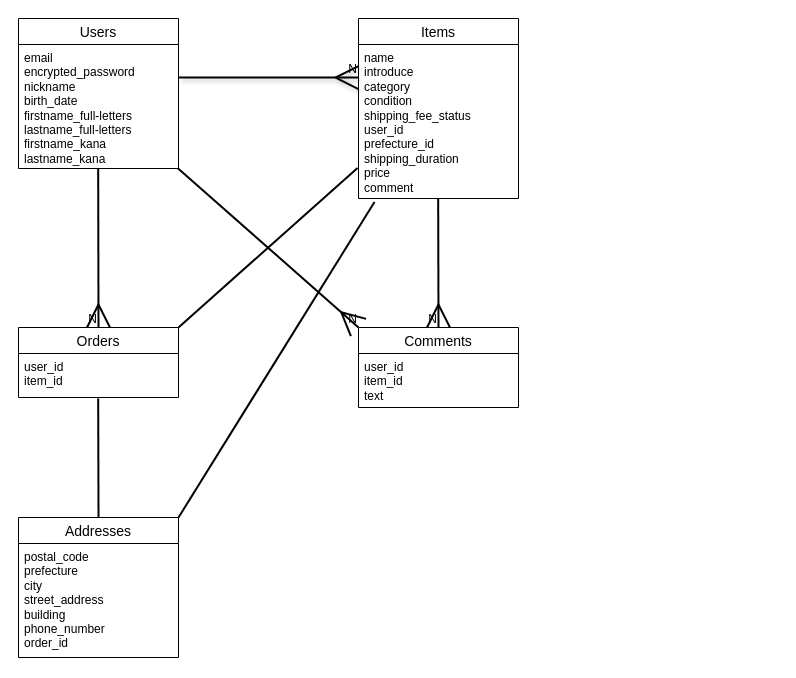
The draw.io diagram ER図.dio in d-shiba-inu/furima-47222, before the edit. Source tidied: cells renumbered, new cells numbered last; positions are measured from the earlier drawing's top-left corner, leaving out a move shared by most shapes. Both pictures are drawn from the tidied source at 100%, with x=0, y=0 at pixel (18, 18).
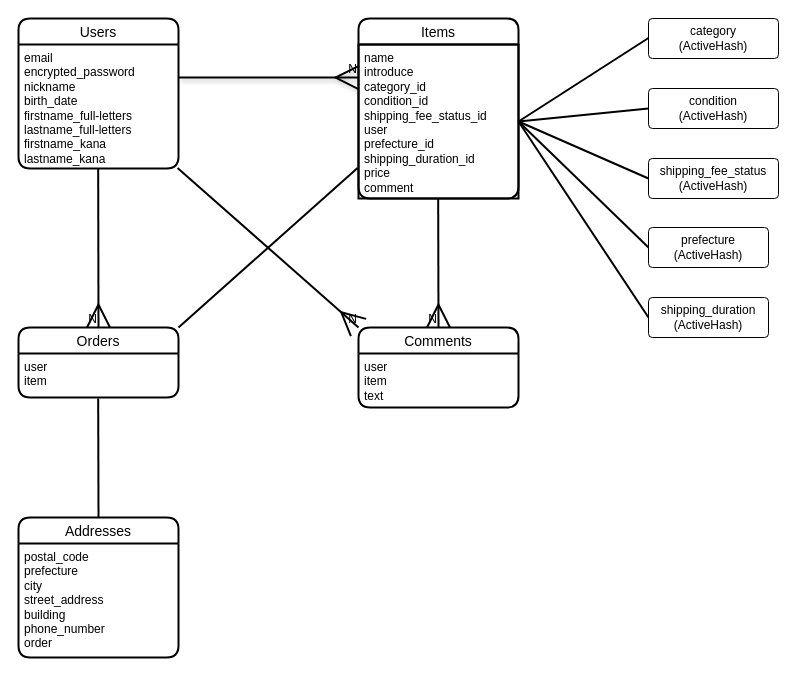
The same diagram, later.

Commit message (it also covers changes not shown here):
ER図とREADMEの作成（修正1回目）

Diff of the diagram source:
```diff
@@
-    <mxCell id="2" value="Users" style="swimlane;fontStyle=0;horizontal=1;startSize=26;align=center;fontSize=14;" parent="1" vertex="1">
+    <mxCell id="2" value="Users" style="swimlane;fontStyle=0;horizontal=1;startSize=26;align=center;fontSize=14;strokeWidth=2;perimeterSpacing=0;rounded=1;" parent="1" vertex="1">
       <mxGeometry width="160" height="150" as="geometry" />
     </mxCell>
@@
-    <mxCell id="4" value="Items" style="swimlane;fontStyle=0;horizontal=1;startSize=26;align=center;fontSize=14;verticalAlign=middle;" parent="1" vertex="1">
+    <mxCell id="4" value="Items" style="swimlane;fontStyle=0;horizontal=1;startSize=26;align=center;fontSize=14;verticalAlign=middle;strokeWidth=2;rounded=1;" parent="1" vertex="1">
       <mxGeometry x="340" width="160" height="180" as="geometry" />
     </mxCell>
-    <mxCell id="5" value="name&lt;div&gt;introduce&lt;/div&gt;&lt;div&gt;category&lt;/div&gt;&lt;div&gt;condition&lt;/div&gt;&lt;div&gt;shipping_fee_status&lt;/div&gt;&lt;div&gt;user_id&lt;/div&gt;&lt;div&gt;prefecture_id&lt;/div&gt;&lt;div&gt;shipping_duration&lt;/div&gt;&lt;div&gt;price&lt;/div&gt;&lt;div&gt;comment&lt;/div&gt;" style="text;strokeColor=none;fillColor=none;spacingLeft=4;spacingRight=4;overflow=hidden;points=[[0,0.5],[1,0.5]];portConstraint=eastwest;fontSize=12;whiteSpace=wrap;html=1;" parent="4" vertex="1">
+    <mxCell id="5" value="name&lt;div&gt;introduce&lt;/div&gt;&lt;div&gt;category_id&lt;/div&gt;&lt;div&gt;condition_id&lt;/div&gt;&lt;div&gt;shipping_fee_status_id&lt;/div&gt;&lt;div&gt;user&lt;/div&gt;&lt;div&gt;prefecture_id&lt;/div&gt;&lt;div&gt;shipping_duration_id&lt;/div&gt;&lt;div&gt;price&lt;/div&gt;&lt;div&gt;comment&lt;/div&gt;" style="text;strokeColor=default;fillColor=none;spacingLeft=4;spacingRight=4;overflow=hidden;points=[[0,0.5],[1,0.5]];portConstraint=eastwest;fontSize=12;whiteSpace=wrap;html=1;strokeWidth=2;rounded=0;" parent="4" vertex="1">
       <mxGeometry y="26" width="160" height="154" as="geometry" />
     </mxCell>
-    <mxCell id="6" value="Orders" style="swimlane;fontStyle=0;horizontal=1;startSize=26;align=center;fontSize=14;" parent="1" vertex="1">
+    <mxCell id="6" value="Orders" style="swimlane;fontStyle=0;horizontal=1;startSize=26;align=center;fontSize=14;strokeWidth=2;rounded=1;" parent="1" vertex="1">
       <mxGeometry y="309" width="160" height="70" as="geometry" />
     </mxCell>
-    <mxCell id="7" value="user_id&lt;div&gt;item_id&lt;/div&gt;" style="text;strokeColor=none;fillColor=none;spacingLeft=4;spacingRight=4;overflow=hidden;points=[[0,0.5],[1,0.5]];portConstraint=eastwest;fontSize=12;whiteSpace=wrap;html=1;" parent="6" vertex="1">
+    <mxCell id="7" value="user&lt;div&gt;item&lt;/div&gt;" style="text;strokeColor=none;fillColor=none;spacingLeft=4;spacingRight=4;overflow=hidden;points=[[0,0.5],[1,0.5]];portConstraint=eastwest;fontSize=12;whiteSpace=wrap;html=1;" parent="6" vertex="1">
       <mxGeometry y="26" width="160" height="44" as="geometry" />
     </mxCell>
-    <mxCell id="8" value="Addresses" style="swimlane;fontStyle=0;horizontal=1;startSize=26;align=center;fontSize=14;" parent="1" vertex="1">
+    <mxCell id="8" value="Addresses" style="swimlane;fontStyle=0;horizontal=1;startSize=26;align=center;fontSize=14;strokeWidth=2;rounded=1;" parent="1" vertex="1">
       <mxGeometry y="499" width="160" height="140" as="geometry" />
     </mxCell>
-    <mxCell id="9" value="postal_code&lt;div&gt;&lt;font color=&quot;#000000&quot;&gt;prefecture&lt;br&gt;&lt;/font&gt;&lt;div&gt;city&lt;/div&gt;&lt;div&gt;street_address&lt;/div&gt;&lt;div&gt;building&lt;/div&gt;&lt;div&gt;phone_number&lt;/div&gt;&lt;div&gt;order_id&lt;/div&gt;&lt;/div&gt;" style="text;strokeColor=none;fillColor=none;spacingLeft=4;spacingRight=4;overflow=hidden;fontSize=12;whiteSpace=wrap;html=1;" parent="8" vertex="1">
+    <mxCell id="9" value="postal_code&lt;div&gt;&lt;font color=&quot;#000000&quot;&gt;prefecture&lt;br&gt;&lt;/font&gt;&lt;div&gt;city&lt;/div&gt;&lt;div&gt;street_address&lt;/div&gt;&lt;div&gt;building&lt;/div&gt;&lt;div&gt;phone_number&lt;/div&gt;&lt;div&gt;order&lt;/div&gt;&lt;/div&gt;" style="text;strokeColor=none;fillColor=none;spacingLeft=4;spacingRight=4;overflow=hidden;fontSize=12;whiteSpace=wrap;html=1;" parent="8" vertex="1">
       <mxGeometry y="26" width="160" height="114" as="geometry" />
     </mxCell>
-    <mxCell id="10" value="Comments" style="swimlane;fontStyle=0;horizontal=1;startSize=26;align=center;fontSize=14;" parent="1" vertex="1">
+    <mxCell id="10" value="Comments" style="swimlane;fontStyle=0;horizontal=1;startSize=26;align=center;fontSize=14;strokeWidth=2;rounded=1;" parent="1" vertex="1">
       <mxGeometry x="340" y="309" width="160" height="80" as="geometry" />
     </mxCell>
-    <mxCell id="11" value="user_id&lt;div&gt;item_id&lt;/div&gt;&lt;div&gt;text&lt;/div&gt;&lt;div&gt;&lt;br&gt;&lt;/div&gt;" style="text;strokeColor=none;fillColor=none;spacingLeft=4;spacingRight=4;overflow=hidden;fontSize=12;whiteSpace=wrap;html=1;" parent="10" vertex="1">
+    <mxCell id="11" value="user&lt;div&gt;item&lt;/div&gt;&lt;div&gt;text&lt;/div&gt;&lt;div&gt;&lt;br&gt;&lt;/div&gt;" style="text;strokeColor=none;fillColor=none;spacingLeft=4;spacingRight=4;overflow=hidden;fontSize=12;whiteSpace=wrap;html=1;" parent="10" vertex="1">
       <mxGeometry y="26" width="160" height="54" as="geometry" />
     </mxCell>
@@
-    <mxCell id="22" style="endArrow=none;html=1;rounded=0;exitX=1;exitY=0;exitDx=0;exitDy=0;entryX=0.1;entryY=1.023;entryDx=0;entryDy=0;entryPerimeter=0;strokeWidth=2;" parent="1" edge="1" source="8" target="5">
-      <mxGeometry relative="1" as="geometry" />
-    </mxCell>
+    <mxCell id="23" value="category&lt;br&gt;(ActiveHash)" style="rounded=1;arcSize=10;whiteSpace=wrap;html=1;align=center;glass=0;" parent="1" vertex="1">
+      <mxGeometry x="630" width="130" height="40" as="geometry" />
+    </mxCell>
+    <mxCell id="24" value="&lt;span style=&quot;color: rgb(0, 0, 0);&quot;&gt;shipping_fee_status&lt;br&gt;&lt;span style=&quot;color: rgb(0, 0, 0);&quot;&gt;(ActiveHash)&lt;/span&gt;&lt;/span&gt;" style="rounded=1;arcSize=10;whiteSpace=wrap;html=1;align=center;" parent="1" vertex="1">
+      <mxGeometry x="630" y="140" width="130" height="40" as="geometry" />
+    </mxCell>
+    <mxCell id="25" value="&lt;span style=&quot;color: rgb(0, 0, 0);&quot;&gt;condition&lt;br&gt;(ActiveHash)&lt;/span&gt;" style="rounded=1;arcSize=10;whiteSpace=wrap;html=1;align=center;" parent="1" vertex="1">
+      <mxGeometry x="630" y="70" width="130" height="40" as="geometry" />
+    </mxCell>
+    <mxCell id="26" value="&lt;div&gt;&lt;span style=&quot;color: rgb(0, 0, 0);&quot;&gt;shipping_duration&lt;/span&gt;&lt;/div&gt;&lt;span style=&quot;color: rgb(0, 0, 0);&quot;&gt;(ActiveHash)&lt;/span&gt;" style="rounded=1;arcSize=10;whiteSpace=wrap;html=1;align=center;" parent="1" vertex="1">
+      <mxGeometry x="630" y="279" width="120" height="40" as="geometry" />
+    </mxCell>
+    <mxCell id="27" value="&lt;div&gt;&lt;span style=&quot;color: rgb(0, 0, 0);&quot;&gt;prefecture&lt;/span&gt;&lt;/div&gt;&lt;span style=&quot;color: rgb(0, 0, 0);&quot;&gt;(ActiveHash)&lt;/span&gt;" style="rounded=1;arcSize=10;whiteSpace=wrap;html=1;align=center;" parent="1" vertex="1">
+      <mxGeometry x="630" y="209" width="120" height="40" as="geometry" />
+    </mxCell>
+    <mxCell id="28" style="endArrow=none;html=1;rounded=0;exitX=1;exitY=0.5;exitDx=0;exitDy=0;strokeWidth=2;" parent="1" edge="1" source="5">
+      <mxGeometry relative="1" as="geometry">
+        <mxPoint x="630" y="19.5" as="targetPoint" />
+      </mxGeometry>
+    </mxCell>
+    <mxCell id="29" style="endArrow=none;html=1;rounded=0;exitX=1;exitY=0.5;exitDx=0;exitDy=0;strokeWidth=2;" parent="1" edge="1" source="5">
+      <mxGeometry relative="1" as="geometry">
+        <mxPoint x="630" y="90" as="targetPoint" />
+      </mxGeometry>
+    </mxCell>
+    <mxCell id="30" style="endArrow=none;html=1;rounded=0;entryX=0;entryY=0.5;entryDx=0;entryDy=0;exitX=1;exitY=0.5;exitDx=0;exitDy=0;strokeWidth=2;" parent="1" edge="1" source="5" target="26">
+      <mxGeometry relative="1" as="geometry" />
+    </mxCell>
+    <mxCell id="31" style="endArrow=none;html=1;rounded=0;entryX=0;entryY=0.5;entryDx=0;entryDy=0;exitX=1;exitY=0.5;exitDx=0;exitDy=0;strokeWidth=2;" parent="1" edge="1" source="5" target="24">
+      <mxGeometry relative="1" as="geometry" />
+    </mxCell>
+    <mxCell id="32" style="endArrow=none;html=1;rounded=0;entryX=0;entryY=0.5;entryDx=0;entryDy=0;exitX=1;exitY=0.5;exitDx=0;exitDy=0;strokeWidth=2;" parent="1" edge="1" source="5" target="27">
+      <mxGeometry relative="1" as="geometry" />
+    </mxCell>
```
